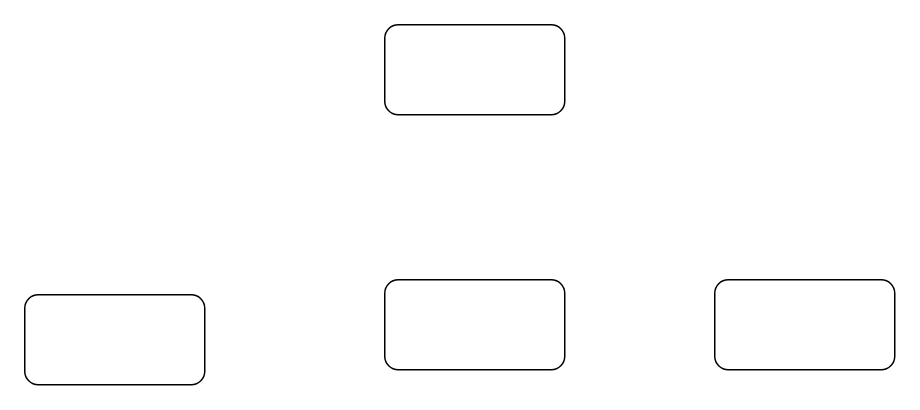
This is Iphone-uml.drawio from dtOnbh/Iphone-Uml, a draw.io file, before an edit. Source tidied: cells renumbered, new cells numbered last; positions are measured from the earlier drawing's top-left corner, leaving out a move shared by most shapes. Both pictures are drawn from the tidied source at 150%, with x=0, y=0 at pixel (24, 24).
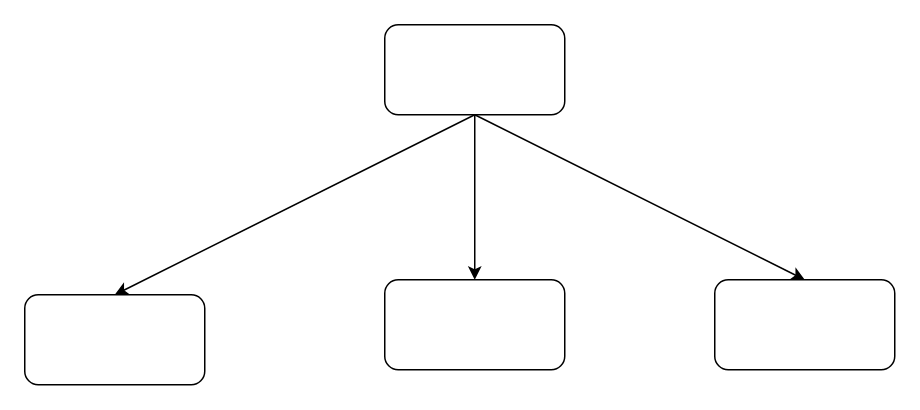
The same page after the edit.

Diff of the diagram source:
```diff
@@
 <mxGraphModel>
   <root>
     <mxCell id="0" />
     <mxCell id="1" parent="0" />
     <mxCell id="2" style="rounded=1;whiteSpace=wrap;html=1;" parent="1" vertex="1">
       <mxGeometry x="240" width="120" height="60" as="geometry" />
     </mxCell>
     <mxCell id="3" style="rounded=1;whiteSpace=wrap;html=1;" parent="1" vertex="1">
       <mxGeometry y="180" width="120" height="60" as="geometry" />
     </mxCell>
     <mxCell id="4" style="rounded=1;whiteSpace=wrap;html=1;" parent="1" vertex="1">
       <mxGeometry x="240" y="170" width="120" height="60" as="geometry" />
     </mxCell>
     <mxCell id="5" style="rounded=1;whiteSpace=wrap;html=1;" parent="1" vertex="1">
       <mxGeometry x="460" y="170" width="120" height="60" as="geometry" />
     </mxCell>
+    <mxCell id="6" style="endArrow=classic;html=1;rounded=0;entryX=0.5;entryY=0;entryDx=0;entryDy=0;exitX=0.5;exitY=1;exitDx=0;exitDy=0;" parent="1" edge="1" source="2" target="3">
+      <mxGeometry relative="1" as="geometry" />
+    </mxCell>
+    <mxCell id="7" style="endArrow=classic;html=1;rounded=0;entryX=0.5;entryY=0;entryDx=0;entryDy=0;exitX=0.5;exitY=1;exitDx=0;exitDy=0;" parent="1" edge="1" source="2" target="5">
+      <mxGeometry relative="1" as="geometry" />
+    </mxCell>
+    <mxCell id="8" style="endArrow=classic;html=1;rounded=0;entryX=0.5;entryY=0;entryDx=0;entryDy=0;" parent="1" edge="1" target="4">
+      <mxGeometry relative="1" as="geometry">
+        <mxPoint x="300" y="60" as="sourcePoint" />
+      </mxGeometry>
+    </mxCell>
   </root>
 </mxGraphModel>
```
